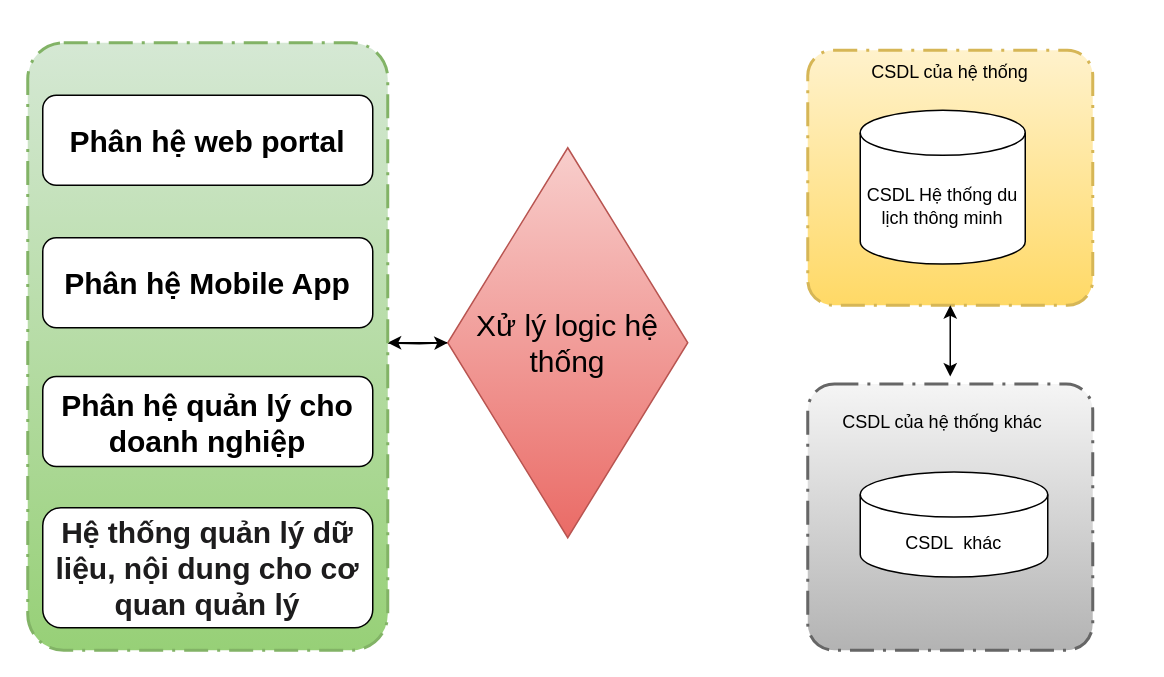
Above: page "Page-8" (8 of 8) of so-do-draw/tcdl.drawio in letheanh12345/Draw-io (draw.io), before the change. Source tidied: cells renumbered, new cells numbered last; positions are measured from the earlier drawing's top-left corner, leaving out a move shared by most shapes. Both pictures are drawn from the tidied source at 150%, with x=0, y=0 at pixel (27, 42).
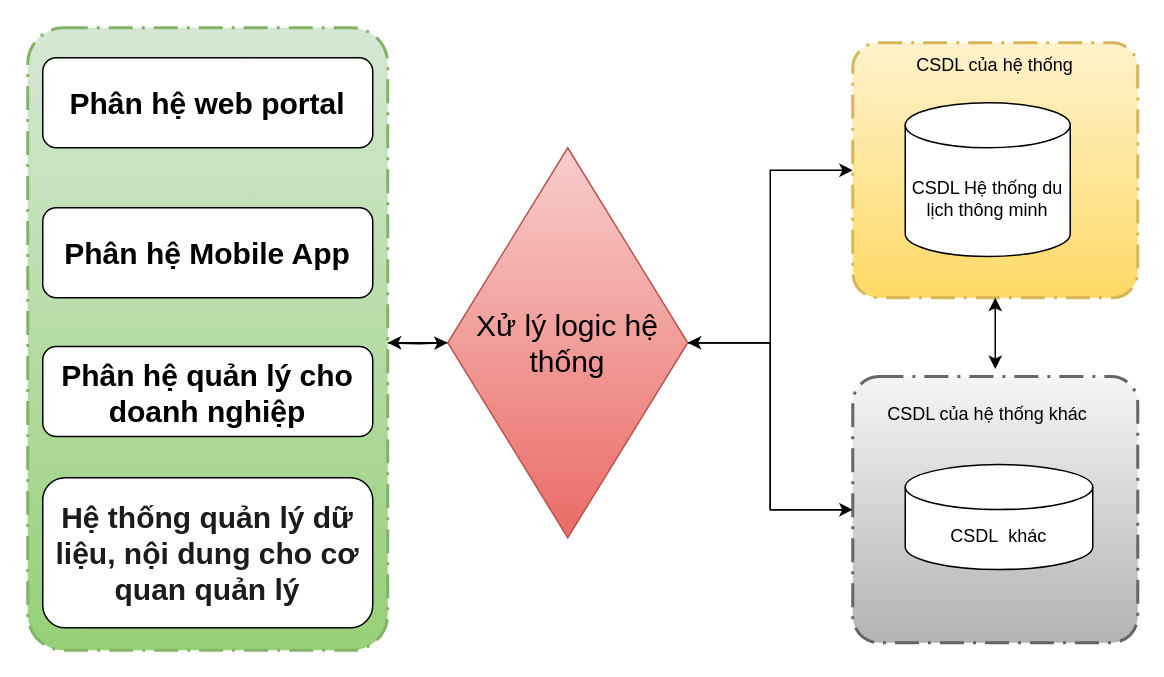
After the change.

Unchanged cells that the change refers to:
```xml
<mxCell id="4" value="Xử lý logic hệ thống" style="rhombus;whiteSpace=wrap;html=1;fontSize=20;fillColor=#f8cecc;gradientColor=#ea6b66;strokeColor=#b85450;" parent="1" vertex="1">
  <mxGeometry x="280" y="70" width="160" height="260" as="geometry" />
</mxCell>
```

Change to the diagram source:
```diff
@@
+    <mxCell id="17" style="edgeStyle=orthogonalEdgeStyle;rounded=0;jettySize=auto;html=1;entryX=0;entryY=0.5;entryDx=0;entryDy=0;entryPerimeter=0;fontSize=20;" parent="1" edge="1" source="4" target="19">
+      <mxGeometry relative="1" as="geometry" />
+    </mxCell>
+    <mxCell id="18" style="edgeStyle=orthogonalEdgeStyle;rounded=0;jettySize=auto;html=1;fontSize=20;" parent="1" edge="1" source="4" target="21">
+      <mxGeometry relative="1" as="geometry" />
+    </mxCell>
@@
-    <mxCell id="5" style="points=[[0.25,0,0],[0.5,0,0],[0.75,0,0],[1,0.25,0],[1,0.5,0],[1,0.75,0],[0.75,1,0],[0.5,1,0],[0.25,1,0],[0,0.75,0],[0,0.5,0],[0,0.25,0]];rounded=1;arcSize=10;dashed=1;dashPattern=8 3 1 3;strokeWidth=2;fontStyle=1;fontSize=20;fillColor=#fff2cc;gradientColor=#ffd966;strokeColor=#d6b656;" parent="1" vertex="1">
-      <mxGeometry x="520" y="5" width="190" height="170" as="geometry" />
-    </mxCell>
-    <mxCell id="6" value="CSDL của hệ thống" style="text;html=1;strokeColor=none;fillColor=none;align=center;verticalAlign=middle;whiteSpace=wrap;rounded=0;" parent="1" vertex="1">
-      <mxGeometry x="535" y="5" width="160" height="30" as="geometry" />
-    </mxCell>
-    <mxCell id="7" value="CSDL Hệ thống du lịch thông minh" style="shape=cylinder3;whiteSpace=wrap;html=1;boundedLbl=1;backgroundOutline=1;size=15;" parent="1" vertex="1">
-      <mxGeometry x="555" y="45" width="110" height="102.5" as="geometry" />
-    </mxCell>
-    <mxCell id="8" style="rounded=1;arcSize=10;dashed=1;dashPattern=8 3 1 3;strokeWidth=2;fontStyle=1;fontSize=20;fillColor=#f5f5f5;gradientColor=#b3b3b3;strokeColor=#666666;" parent="1" vertex="1">
-      <mxGeometry x="520" y="227.5" width="190" height="177.5" as="geometry" />
-    </mxCell>
-    <mxCell id="9" value="CSDL của hệ thống khác" style="text;html=1;strokeColor=none;fillColor=none;align=center;verticalAlign=middle;whiteSpace=wrap;rounded=0;" parent="1" vertex="1">
-      <mxGeometry x="530" y="237.5" width="160" height="30" as="geometry" />
-    </mxCell>
-    <mxCell id="10" value="CSDL&amp;nbsp; khác" style="shape=cylinder3;whiteSpace=wrap;html=1;boundedLbl=1;backgroundOutline=1;size=15;" parent="1" vertex="1">
-      <mxGeometry x="555" y="286.2" width="125" height="70" as="geometry" />
-    </mxCell>
-    <mxCell id="11" style="endArrow=classic;startArrow=classic;html=1;rounded=0;exitX=0.5;exitY=1;exitDx=0;exitDy=0;exitPerimeter=0;" parent="1" edge="1" source="5">
-      <mxGeometry relative="1" as="geometry">
-        <mxPoint x="615" y="222.5" as="targetPoint" />
-      </mxGeometry>
-    </mxCell>
     <mxCell id="12" style="rounded=1;arcSize=10;dashed=1;dashPattern=8 3 1 3;strokeWidth=2;fontStyle=1;fontSize=20;fillColor=#d5e8d4;strokeColor=#82b366;gradientColor=#97d077;" parent="1" vertex="1">
-      <mxGeometry width="240" height="405" as="geometry" />
+      <mxGeometry y="-10" width="240" height="415" as="geometry" />
     </mxCell>
     <mxCell id="13" value="&lt;b&gt;&lt;font style=&quot;font-size: 20px;&quot;&gt;Phân hệ web portal&lt;/font&gt;&lt;/b&gt;" style="rounded=1;whiteSpace=wrap;html=1;" parent="1" vertex="1">
-      <mxGeometry x="10" y="35" width="220" height="60" as="geometry" />
+      <mxGeometry x="10" y="10" width="220" height="60" as="geometry" />
     </mxCell>
     <mxCell id="14" value="&lt;b&gt;&lt;font style=&quot;font-size: 20px;&quot;&gt;Phân hệ Mobile App&lt;/font&gt;&lt;/b&gt;" style="rounded=1;whiteSpace=wrap;html=1;" parent="1" vertex="1">
-      <mxGeometry x="10" y="130" width="220" height="60" as="geometry" />
+      <mxGeometry x="10" y="110" width="220" height="60" as="geometry" />
     </mxCell>
     <mxCell id="15" value="&lt;b&gt;&lt;font style=&quot;font-size: 20px;&quot;&gt;Phân hệ quản lý cho doanh nghiệp&lt;/font&gt;&lt;/b&gt;" style="rounded=1;whiteSpace=wrap;html=1;" parent="1" vertex="1">
-      <mxGeometry x="10" y="222.5" width="220" height="60" as="geometry" />
+      <mxGeometry x="10" y="202.5" width="220" height="60" as="geometry" />
     </mxCell>
     <mxCell id="16" value="&lt;span style=&quot;color: rgb(29, 28, 29); font-family: Slack-Lato, Slack-Fractions, appleLogo, sans-serif; font-variant-ligatures: common-ligatures; text-align: left; background-color: rgb(255, 255, 255);&quot;&gt;&lt;b style=&quot;&quot;&gt;&lt;font style=&quot;font-size: 20px;&quot;&gt;Hệ thống quản lý dữ liệu, nội dung cho cơ quan quản lý&lt;/font&gt;&lt;/b&gt;&lt;/span&gt;" style="rounded=1;whiteSpace=wrap;html=1;" parent="1" vertex="1">
-      <mxGeometry x="10" y="310" width="220" height="80" as="geometry" />
+      <mxGeometry x="10" y="290" width="220" height="100" as="geometry" />
     </mxCell>
+    <mxCell id="19" style="points=[[0.25,0,0],[0.5,0,0],[0.75,0,0],[1,0.25,0],[1,0.5,0],[1,0.75,0],[0.75,1,0],[0.5,1,0],[0.25,1,0],[0,0.75,0],[0,0.5,0],[0,0.25,0]];rounded=1;arcSize=10;dashed=1;dashPattern=8 3 1 3;strokeWidth=2;fontStyle=1;fontSize=20;fillColor=#fff2cc;gradientColor=#ffd966;strokeColor=#d6b656;" parent="1" vertex="1">
+      <mxGeometry x="550" width="190" height="170" as="geometry" />
+    </mxCell>
+    <mxCell id="6" value="CSDL của hệ thống" style="text;html=1;strokeColor=none;fillColor=none;align=center;verticalAlign=middle;whiteSpace=wrap;rounded=0;" parent="1" vertex="1">
+      <mxGeometry x="565" width="160" height="30" as="geometry" />
+    </mxCell>
+    <mxCell id="7" value="CSDL Hệ thống du lịch thông minh" style="shape=cylinder3;whiteSpace=wrap;html=1;boundedLbl=1;backgroundOutline=1;size=15;" parent="1" vertex="1">
+      <mxGeometry x="585" y="40" width="110" height="102.5" as="geometry" />
+    </mxCell>
+    <mxCell id="20" style="edgeStyle=orthogonalEdgeStyle;rounded=0;jettySize=auto;html=1;entryX=1;entryY=0.5;entryDx=0;entryDy=0;fontSize=20;" parent="1" edge="1" source="21" target="4">
+      <mxGeometry relative="1" as="geometry" />
+    </mxCell>
+    <mxCell id="21" style="points=[[0.25,0,0],[0.5,0,0],[0.75,0,0],[1,0.25,0],[1,0.5,0],[1,0.75,0],[0.75,1,0],[0.5,1,0],[0.25,1,0],[0,0.75,0],[0,0.5,0],[0,0.25,0]];rounded=1;arcSize=10;dashed=1;dashPattern=8 3 1 3;strokeWidth=2;fontStyle=1;fontSize=20;fillColor=#f5f5f5;gradientColor=#b3b3b3;strokeColor=#666666;" parent="1" vertex="1">
+      <mxGeometry x="550" y="222.5" width="190" height="177.5" as="geometry" />
+    </mxCell>
+    <mxCell id="9" value="CSDL của hệ thống khác" style="text;html=1;strokeColor=none;fillColor=none;align=center;verticalAlign=middle;whiteSpace=wrap;rounded=0;" parent="1" vertex="1">
+      <mxGeometry x="560" y="232.5" width="160" height="30" as="geometry" />
+    </mxCell>
+    <mxCell id="10" value="CSDL&amp;nbsp; khác" style="shape=cylinder3;whiteSpace=wrap;html=1;boundedLbl=1;backgroundOutline=1;size=15;" parent="1" vertex="1">
+      <mxGeometry x="585" y="281.2" width="125" height="70" as="geometry" />
+    </mxCell>
+    <mxCell id="22" style="endArrow=classic;startArrow=classic;html=1;rounded=0;exitX=0.5;exitY=1;exitDx=0;exitDy=0;exitPerimeter=0;" parent="1" edge="1" source="19">
+      <mxGeometry relative="1" as="geometry">
+        <mxPoint x="645" y="217.5" as="targetPoint" />
+      </mxGeometry>
+    </mxCell>
```
